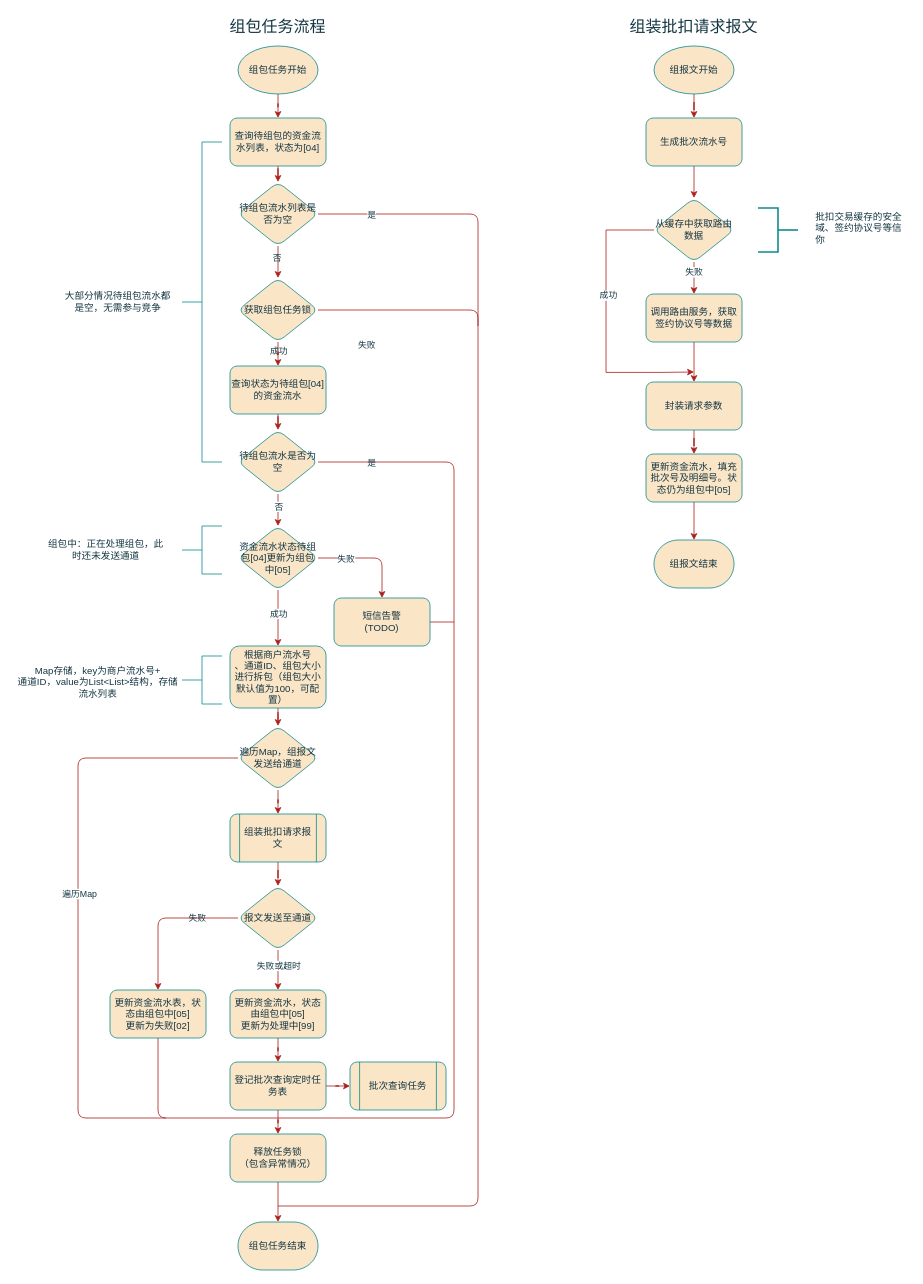
Above: page "批扣组包任务流程" (4 of 10) of 代收服务.drawio in gaofv/draw (draw.io), before the change. Source tidied: cells renumbered, new cells numbered last; positions are measured from the earlier drawing's top-left corner, leaving out a move shared by most shapes. Both pictures are drawn from the tidied source at 80%, with x=0, y=0 at pixel (14, 14).
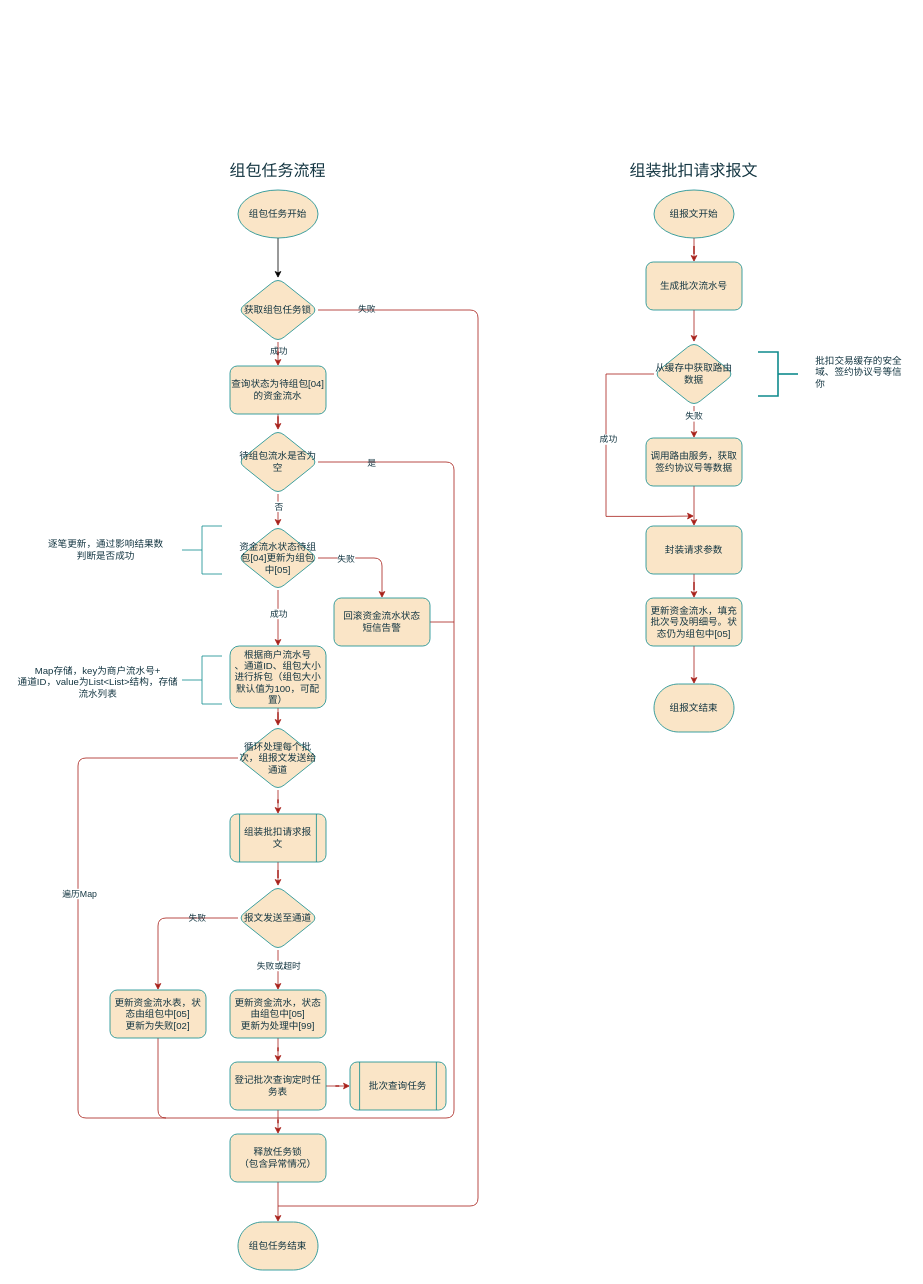
After the change.

Unchanged cells that the change refers to:
```xml
<mxCell id="6" style="edgeStyle=orthogonalEdgeStyle;rounded=1;jettySize=auto;html=1;endArrow=none;endFill=0;labelBackgroundColor=none;strokeColor=#A8201A;fontColor=default;" parent="1" edge="1" source="8">
  <mxGeometry relative="1" as="geometry">
    <mxPoint x="330" y="1490" as="targetPoint" />
    <Array as="points">
      <mxPoint x="580" y="370" />
      <mxPoint x="580" y="1490" />
      <mxPoint x="330" y="1490" />
    </Array>
  </mxGeometry>
</mxCell>
<mxCell id="8" value="获取组包任务锁" style="rhombus;whiteSpace=wrap;html=1;strokeWidth=1;labelBackgroundColor=none;rounded=1;labelBorderColor=none;fillColor=#FAE5C7;strokeColor=#0F8B8D;fontColor=#143642;" parent="1" vertex="1">
  <mxGeometry x="280" y="330" width="100" height="80" as="geometry" />
</mxCell>
```

The edit, as a diff of the source:
```diff
@@
-    <mxCell id="2" style="edgeStyle=orthogonalEdgeStyle;rounded=1;jettySize=auto;html=1;labelBackgroundColor=none;fontColor=default;labelBorderColor=none;strokeColor=#A8201A;" parent="1" edge="1" source="3" target="10">
-      <mxGeometry relative="1" as="geometry" />
-    </mxCell>
+    <mxCell id="80" style="edgeStyle=orthogonalEdgeStyle;rounded=0;jettySize=auto;html=1;" parent="1" edge="1" source="3" target="8">
+      <mxGeometry relative="1" as="geometry" />
+    </mxCell>
     <mxCell id="3" value="组包任务开始" style="strokeWidth=1;html=1;shape=mxgraph.flowchart.start_1;whiteSpace=wrap;labelBackgroundColor=none;rounded=1;labelBorderColor=none;fillColor=#FAE5C7;strokeColor=#0F8B8D;fontColor=#143642;" parent="1" vertex="1">
-      <mxGeometry x="280" y="40" width="100" height="60" as="geometry" />
+      <mxGeometry x="280" y="220" width="100" height="60" as="geometry" />
     </mxCell>
@@
     <mxCell id="7" value="失败" style="edgeLabel;html=1;align=center;verticalAlign=middle;rounded=1;labelBackgroundColor=none;fontColor=#143642;" parent="6" vertex="1">
       <mxGeometry x="-0.24" relative="1" as="geometry">
-        <mxPoint x="-140" y="-354" as="offset" />
+        <mxPoint x="-140" y="-399" as="offset" />
       </mxGeometry>
     </mxCell>
@@
-    <mxCell id="9" style="edgeStyle=orthogonalEdgeStyle;rounded=1;jettySize=auto;html=1;labelBackgroundColor=none;fontColor=default;labelBorderColor=none;strokeColor=#A8201A;" parent="1" edge="1" source="10" target="15">
-      <mxGeometry relative="1" as="geometry" />
-    </mxCell>
-    <mxCell id="10" value="查询待组包的资金流水列表，状态为[04]" style="whiteSpace=wrap;html=1;strokeWidth=1;labelBackgroundColor=none;rounded=1;labelBorderColor=none;fillColor=#FAE5C7;strokeColor=#0F8B8D;fontColor=#143642;" parent="1" vertex="1">
-      <mxGeometry x="270" y="130" width="120" height="60" as="geometry" />
-    </mxCell>
-    <mxCell id="11" style="edgeStyle=orthogonalEdgeStyle;rounded=1;jettySize=auto;html=1;labelBackgroundColor=none;fontColor=default;labelBorderColor=none;strokeColor=#A8201A;" parent="1" edge="1" source="15" target="8">
-      <mxGeometry relative="1" as="geometry" />
-    </mxCell>
-    <mxCell id="12" value="否" style="edgeLabel;html=1;align=center;verticalAlign=middle;labelBackgroundColor=none;rounded=1;labelBorderColor=none;fontColor=#143642;" parent="11" vertex="1">
-      <mxGeometry x="-0.28" y="-2" relative="1" as="geometry" />
-    </mxCell>
-    <mxCell id="13" style="edgeStyle=orthogonalEdgeStyle;jettySize=auto;html=1;strokeColor=#A8201A;fontColor=#143642;fillColor=#FAE5C7;rounded=1;endArrow=none;endFill=0;" parent="1" edge="1" source="15">
-      <mxGeometry relative="1" as="geometry">
-        <mxPoint x="580" y="390" as="targetPoint" />
-        <Array as="points">
-          <mxPoint x="580" y="250" />
-        </Array>
-      </mxGeometry>
-    </mxCell>
-    <mxCell id="14" value="是" style="edgeLabel;html=1;align=center;verticalAlign=middle;fontColor=#143642;" parent="13" vertex="1">
-      <mxGeometry x="-0.49" y="1" relative="1" as="geometry">
-        <mxPoint x="-21" y="1" as="offset" />
-      </mxGeometry>
-    </mxCell>
-    <mxCell id="15" value="待组包流水列表是否为空" style="rhombus;whiteSpace=wrap;html=1;strokeWidth=1;labelBackgroundColor=none;rounded=1;labelBorderColor=none;fillColor=#FAE5C7;strokeColor=#0F8B8D;fontColor=#143642;" parent="1" vertex="1">
-      <mxGeometry x="280" y="210" width="100" height="80" as="geometry" />
-    </mxCell>
@@
-    <mxCell id="27" style="strokeWidth=1;html=1;shape=mxgraph.flowchart.annotation_2;align=left;labelPosition=right;labelBackgroundColor=none;rounded=1;labelBorderColor=none;fillColor=#FAE5C7;strokeColor=#0F8B8D;fontColor=#143642;" parent="1" vertex="1">
-      <mxGeometry x="210" y="160" width="50" height="400" as="geometry" />
-    </mxCell>
-    <mxCell id="28" value="大部分情况待组包流水都是空，无需参与竞争" style="text;html=1;strokeColor=none;fillColor=none;align=center;verticalAlign=middle;whiteSpace=wrap;rounded=1;fontSize=12;labelBackgroundColor=none;labelBorderColor=none;fontColor=#143642;" parent="1" vertex="1">
-      <mxGeometry x="60" y="325" width="140" height="70" as="geometry" />
-    </mxCell>
@@
     <mxCell id="43" value="组包任务流程" style="text;html=1;strokeColor=none;fillColor=none;align=center;verticalAlign=middle;whiteSpace=wrap;rounded=1;fontSize=20;labelBackgroundColor=none;labelBorderColor=none;fontColor=#143642;" parent="1" vertex="1">
-      <mxGeometry x="240" width="180" height="30" as="geometry" />
+      <mxGeometry x="240" y="180" width="180" height="30" as="geometry" />
     </mxCell>
@@
-    <mxCell id="47" value="组包中：正在处理组包，此时还未发送通道" style="text;html=1;strokeColor=none;fillColor=none;align=center;verticalAlign=middle;whiteSpace=wrap;rounded=1;fontColor=#143642;" parent="1" vertex="1">
+    <mxCell id="47" value="逐笔更新，通过影响结果数判断是否成功" style="text;html=1;strokeColor=none;fillColor=none;align=center;verticalAlign=middle;whiteSpace=wrap;rounded=1;fontColor=#143642;" parent="1" vertex="1">
       <mxGeometry x="40" y="657.5" width="150" height="25" as="geometry" />
     </mxCell>
@@
-    <mxCell id="54" value="短信告警&lt;br&gt;(TODO)" style="whiteSpace=wrap;html=1;fillColor=#FAE5C7;strokeColor=#0F8B8D;fontColor=#143642;strokeWidth=1;labelBackgroundColor=none;rounded=1;labelBorderColor=none;" parent="1" vertex="1">
+    <mxCell id="54" value="回滚资金流水状态&lt;br&gt;短信告警" style="whiteSpace=wrap;html=1;fillColor=#FAE5C7;strokeColor=#0F8B8D;fontColor=#143642;strokeWidth=1;labelBackgroundColor=none;rounded=1;labelBorderColor=none;" parent="1" vertex="1">
       <mxGeometry x="400" y="730" width="120" height="60" as="geometry" />
     </mxCell>
@@
-    <mxCell id="58" value="遍历Map，组报文发送给通道" style="rhombus;whiteSpace=wrap;html=1;strokeWidth=1;labelBackgroundColor=none;rounded=1;labelBorderColor=none;fillColor=#FAE5C7;strokeColor=#0F8B8D;fontColor=#143642;" parent="1" vertex="1">
+    <mxCell id="58" value="循环处理每个批次，组报文发送给通道" style="rhombus;whiteSpace=wrap;html=1;strokeWidth=1;labelBackgroundColor=none;rounded=1;labelBorderColor=none;fillColor=#FAE5C7;strokeColor=#0F8B8D;fontColor=#143642;" parent="1" vertex="1">
       <mxGeometry x="280" y="890" width="100" height="80" as="geometry" />
     </mxCell>
@@
     <mxCell id="62" value="组报文开始" style="strokeWidth=1;html=1;shape=mxgraph.flowchart.start_1;whiteSpace=wrap;labelBackgroundColor=none;rounded=1;labelBorderColor=none;fillColor=#FAE5C7;strokeColor=#0F8B8D;fontColor=#143642;" parent="1" vertex="1">
-      <mxGeometry x="800" y="40" width="100" height="60" as="geometry" />
+      <mxGeometry x="800" y="220" width="100" height="60" as="geometry" />
     </mxCell>
     <mxCell id="63" value="组装批扣请求报文" style="text;html=1;strokeColor=none;fillColor=none;align=center;verticalAlign=middle;whiteSpace=wrap;rounded=1;fontSize=20;labelBackgroundColor=none;labelBorderColor=none;fontColor=#143642;" parent="1" vertex="1">
-      <mxGeometry x="760" width="180" height="30" as="geometry" />
+      <mxGeometry x="760" y="180" width="180" height="30" as="geometry" />
     </mxCell>
@@
     <mxCell id="65" value="生成批次流水号" style="whiteSpace=wrap;html=1;fillColor=#FAE5C7;strokeColor=#0F8B8D;fontColor=#143642;strokeWidth=1;labelBackgroundColor=none;rounded=1;labelBorderColor=none;" parent="1" vertex="1">
-      <mxGeometry x="790" y="130" width="120" height="60" as="geometry" />
+      <mxGeometry x="790" y="310" width="120" height="60" as="geometry" />
     </mxCell>
@@
     <mxCell id="68" style="edgeStyle=orthogonalEdgeStyle;rounded=0;jettySize=auto;html=1;strokeColor=#A8201A;fontColor=#143642;fillColor=#FAE5C7;exitX=0;exitY=0.5;exitDx=0;exitDy=0;" parent="1" edge="1" source="70">
       <mxGeometry relative="1" as="geometry">
-        <mxPoint x="850" y="447.5" as="targetPoint" />
+        <mxPoint x="850" y="627.5" as="targetPoint" />
         <Array as="points">
-          <mxPoint x="740" y="270" />
-          <mxPoint x="740" y="448" />
-          <mxPoint x="810" y="448" />
+          <mxPoint x="740" y="450" />
+          <mxPoint x="740" y="628" />
+          <mxPoint x="810" y="628" />
         </Array>
       </mxGeometry>
     </mxCell>
@@
     <mxCell id="70" value="从缓存中获取路由数据" style="rhombus;whiteSpace=wrap;html=1;strokeWidth=1;labelBackgroundColor=none;rounded=1;labelBorderColor=none;fillColor=#FAE5C7;strokeColor=#0F8B8D;fontColor=#143642;" parent="1" vertex="1">
-      <mxGeometry x="800" y="230" width="100" height="80" as="geometry" />
+      <mxGeometry x="800" y="410" width="100" height="80" as="geometry" />
     </mxCell>
@@
     <mxCell id="72" value="调用路由服务，获取签约协议号等数据" style="whiteSpace=wrap;html=1;fillColor=#FAE5C7;strokeColor=#0F8B8D;fontColor=#143642;strokeWidth=1;labelBackgroundColor=none;rounded=1;labelBorderColor=none;" parent="1" vertex="1">
-      <mxGeometry x="790" y="350" width="120" height="60" as="geometry" />
+      <mxGeometry x="790" y="530" width="120" height="60" as="geometry" />
     </mxCell>
     <mxCell id="73" style="strokeWidth=2;html=1;shape=mxgraph.flowchart.annotation_2;align=left;labelPosition=right;strokeColor=#0F8B8D;fontColor=#143642;fillColor=#FAE5C7;direction=west;labelBackgroundColor=none;" parent="1" vertex="1">
-      <mxGeometry x="930" y="242.5" width="50" height="55" as="geometry" />
+      <mxGeometry x="930" y="422.5" width="50" height="55" as="geometry" />
     </mxCell>
     <mxCell id="74" value="批扣交易缓存的安全域、签约协议号等信你" style="text;html=1;strokeColor=none;fillColor=none;align=left;verticalAlign=middle;whiteSpace=wrap;rounded=0;fontColor=#143642;labelBackgroundColor=none;" parent="1" vertex="1">
-      <mxGeometry x="1000" y="256.5" width="120" height="22" as="geometry" />
+      <mxGeometry x="1000" y="436.5" width="120" height="22" as="geometry" />
     </mxCell>
@@
     <mxCell id="76" value="更新资金流水，填充批次号及明细号。状态仍为组包中[05]" style="whiteSpace=wrap;html=1;fillColor=#FAE5C7;strokeColor=#0F8B8D;fontColor=#143642;strokeWidth=1;labelBackgroundColor=none;rounded=1;labelBorderColor=none;" parent="1" vertex="1">
-      <mxGeometry x="790" y="550" width="120" height="60" as="geometry" />
+      <mxGeometry x="790" y="730" width="120" height="60" as="geometry" />
     </mxCell>
@@
     <mxCell id="78" value="封装请求参数" style="whiteSpace=wrap;html=1;fillColor=#FAE5C7;strokeColor=#0F8B8D;fontColor=#143642;strokeWidth=1;labelBackgroundColor=none;rounded=1;labelBorderColor=none;" parent="1" vertex="1">
-      <mxGeometry x="790" y="460" width="120" height="60" as="geometry" />
+      <mxGeometry x="790" y="640" width="120" height="60" as="geometry" />
     </mxCell>
     <mxCell id="79" value="组报文结束" style="strokeWidth=1;html=1;shape=mxgraph.flowchart.terminator;whiteSpace=wrap;labelBackgroundColor=none;rounded=1;labelBorderColor=none;fillColor=#FAE5C7;strokeColor=#0F8B8D;fontColor=#143642;" parent="1" vertex="1">
-      <mxGeometry x="800" y="657.5" width="100" height="60" as="geometry" />
+      <mxGeometry x="800" y="837.5" width="100" height="60" as="geometry" />
     </mxCell>
```
